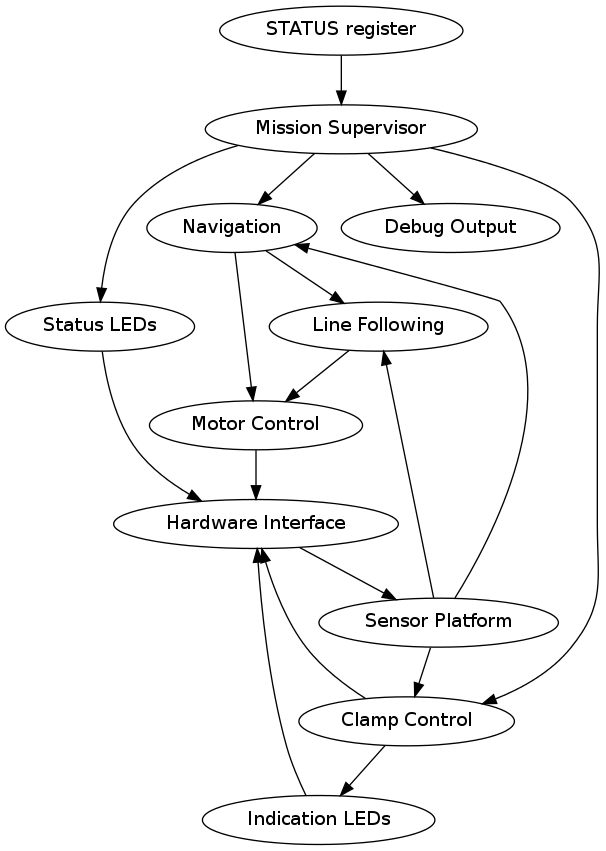
The Graphviz diagram misc/layout.png in adamgreig/IDP, before a commit. Its source is kept beside it as misc/layout.dot.
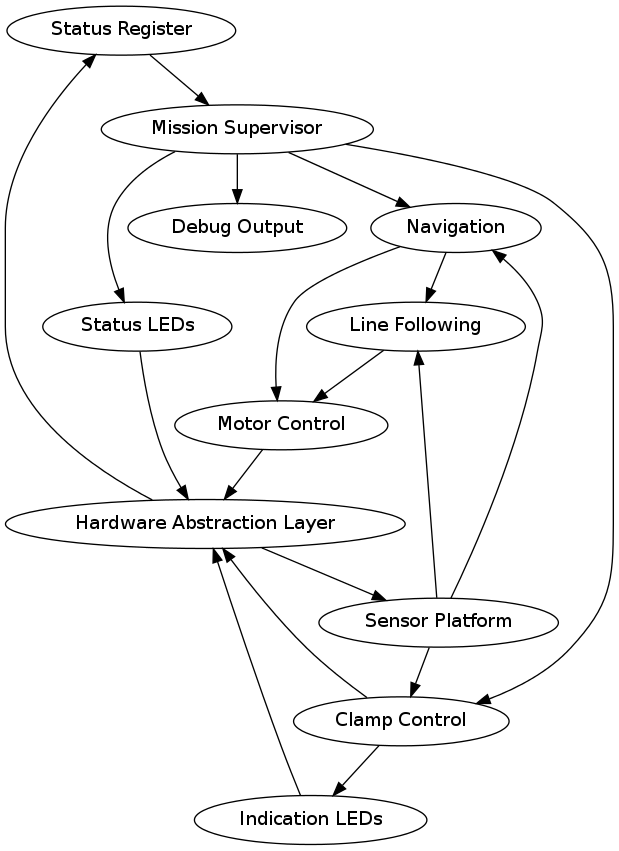
The same diagram one commit later.

Commit message:
Updated layout some more, renaming hardware interface to hardware abstraction layer

What changed in the source:
```diff
@@ -1,5 +1,5 @@
 digraph layout {
-    "STATUS register" -> "Mission Supervisor";
+    "Status Register" -> "Mission Supervisor";
     "Mission Supervisor" -> "Navigation";
     "Navigation" -> "Line Following";
     "Line Following" -> "Motor Control";
@@ -7,13 +7,14 @@
     "Mission Supervisor" -> "Clamp Control";
     "Mission Supervisor" -> "Debug Output";
     "Mission Supervisor" -> "Status LEDs";
-    "Motor Control" -> "Hardware Interface";
+    "Motor Control" -> "Hardware Abstraction Layer";
     "Sensor Platform" -> "Clamp Control";
     "Sensor Platform" -> "Line Following";
     "Sensor Platform" -> "Navigation";
     "Clamp Control" -> "Indication LEDs";
-    "Indication LEDs" -> "Hardware Interface";
-    "Clamp Control" -> "Hardware Interface";
-    "Status LEDs" -> "Hardware Interface";
-    "Hardware Interface" -> "Sensor Platform";
+    "Indication LEDs" -> "Hardware Abstraction Layer";
+    "Clamp Control" -> "Hardware Abstraction Layer";
+    "Status LEDs" -> "Hardware Abstraction Layer";
+    "Hardware Abstraction Layer" -> "Sensor Platform";
+    "Hardware Abstraction Layer" -> "Status Register";
 }
```
